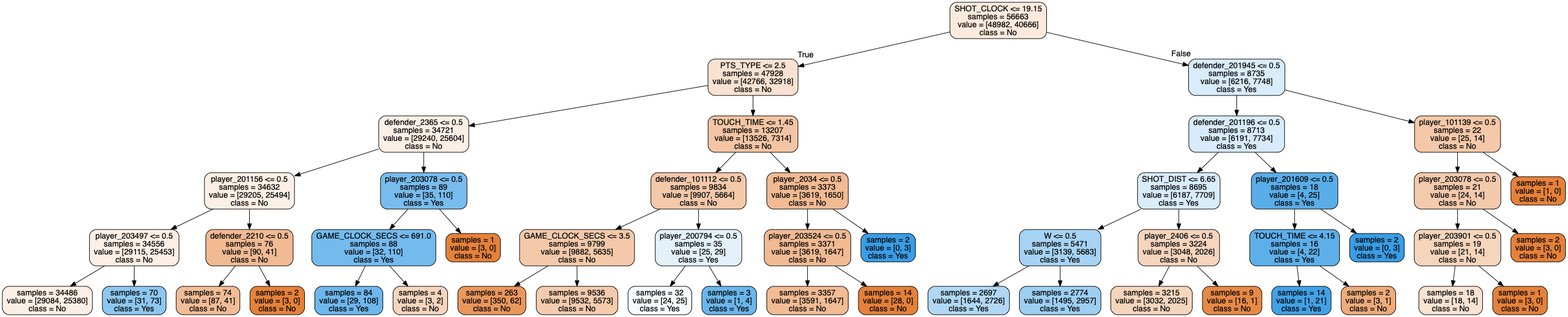
Before: forest_tree_new8.png, a diagram exported from Graphviz (tianyi5309/303project). Its source is kept beside it as forest_tree_new8.dot.
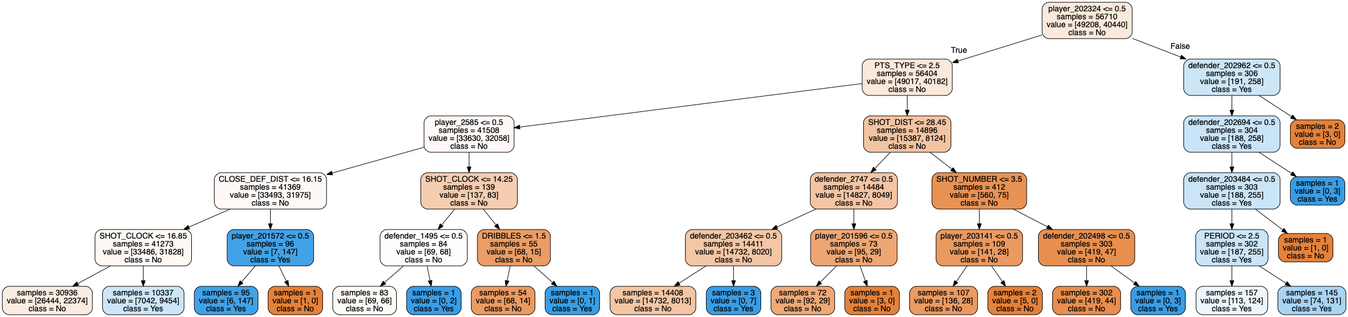
Above is the later version.

What changed in the source:
```diff
@@ -1,101 +1,85 @@
 digraph Tree {
 node [shape=box, style="filled, rounded", color="black", fontname=helvetica] ;
 edge [fontname=helvetica] ;
-0 [label="SHOT_CLOCK <= 19.15\nsamples = 56663\nvalue = [48982, 40666]\nclass = No", fillcolor="#fbeadd"] ;
-1 [label="PTS_TYPE <= 2.5\nsamples = 47928\nvalue = [42766, 32918]\nclass = No", fillcolor="#f9e2d1"] ;
+0 [label="player_202324 <= 0.5\nsamples = 56710\nvalue = [49208, 40440]\nclass = No", fillcolor="#fae9dc"] ;
+1 [label="PTS_TYPE <= 2.5\nsamples = 56404\nvalue = [49017, 40182]\nclass = No", fillcolor="#fae8db"] ;
 0 -> 1 [labeldistance=2.5, labelangle=45, headlabel="True"] ;
-2 [label="defender_2365 <= 0.5\nsamples = 34721\nvalue = [29240, 25604]\nclass = No", fillcolor="#fcefe6"] ;
+2 [label="player_2585 <= 0.5\nsamples = 41508\nvalue = [33630, 32058]\nclass = No", fillcolor="#fef9f6"] ;
 1 -> 2 ;
-3 [label="player_201156 <= 0.5\nsamples = 34632\nvalue = [29205, 25494]\nclass = No", fillcolor="#fcefe6"] ;
+3 [label="CLOSE_DEF_DIST <= 16.15\nsamples = 41369\nvalue = [33493, 31975]\nclass = No", fillcolor="#fef9f6"] ;
 2 -> 3 ;
-4 [label="player_203497 <= 0.5\nsamples = 34556\nvalue = [29115, 25453]\nclass = No", fillcolor="#fcefe6"] ;
+4 [label="SHOT_CLOCK <= 16.85\nsamples = 41273\nvalue = [33486, 31828]\nclass = No", fillcolor="#fef9f5"] ;
 3 -> 4 ;
-5 [label="samples = 34486\nvalue = [29084, 25380]\nclass = No", fillcolor="#fcefe6"] ;
+5 [label="samples = 30936\nvalue = [26444, 22374]\nclass = No", fillcolor="#fbece1"] ;
 4 -> 5 ;
-6 [label="samples = 70\nvalue = [31, 73]\nclass = Yes", fillcolor="#8dc7f0"] ;
+6 [label="samples = 10337\nvalue = [7042, 9454]\nclass = Yes", fillcolor="#cce6f8"] ;
 4 -> 6 ;
-7 [label="defender_2210 <= 0.5\nsamples = 76\nvalue = [90, 41]\nclass = No", fillcolor="#f1ba93"] ;
+7 [label="player_201572 <= 0.5\nsamples = 96\nvalue = [7, 147]\nclass = Yes", fillcolor="#42a2e6"] ;
 3 -> 7 ;
-8 [label="samples = 74\nvalue = [87, 41]\nclass = No", fillcolor="#f1bc96"] ;
+8 [label="samples = 95\nvalue = [6, 147]\nclass = Yes", fillcolor="#41a1e6"] ;
 7 -> 8 ;
-9 [label="samples = 2\nvalue = [3, 0]\nclass = No", fillcolor="#e58139"] ;
+9 [label="samples = 1\nvalue = [1, 0]\nclass = No", fillcolor="#e58139"] ;
 7 -> 9 ;
-10 [label="player_203078 <= 0.5\nsamples = 89\nvalue = [35, 110]\nclass = Yes", fillcolor="#78bced"] ;
+10 [label="SHOT_CLOCK <= 14.25\nsamples = 139\nvalue = [137, 83]\nclass = No", fillcolor="#f5cdb1"] ;
 2 -> 10 ;
-11 [label="GAME_CLOCK_SECS <= 691.0\nsamples = 88\nvalue = [32, 110]\nclass = Yes", fillcolor="#73baed"] ;
+11 [label="defender_1495 <= 0.5\nsamples = 84\nvalue = [69, 68]\nclass = No", fillcolor="#fffdfc"] ;
 10 -> 11 ;
-12 [label="samples = 84\nvalue = [29, 108]\nclass = Yes", fillcolor="#6eb7ec"] ;
+12 [label="samples = 83\nvalue = [69, 66]\nclass = No", fillcolor="#fefaf6"] ;
 11 -> 12 ;
-13 [label="samples = 4\nvalue = [3, 2]\nclass = No", fillcolor="#f6d5bd"] ;
+13 [label="samples = 1\nvalue = [0, 2]\nclass = Yes", fillcolor="#399de5"] ;
 11 -> 13 ;
-14 [label="samples = 1\nvalue = [3, 0]\nclass = No", fillcolor="#e58139"] ;
+14 [label="DRIBBLES <= 1.5\nsamples = 55\nvalue = [68, 15]\nclass = No", fillcolor="#eb9d65"] ;
 10 -> 14 ;
-15 [label="TOUCH_TIME <= 1.45\nsamples = 13207\nvalue = [13526, 7314]\nclass = No", fillcolor="#f3c5a4"] ;
-1 -> 15 ;
-16 [label="defender_101112 <= 0.5\nsamples = 9834\nvalue = [9907, 5664]\nclass = No", fillcolor="#f4c9aa"] ;
-15 -> 16 ;
-17 [label="GAME_CLOCK_SECS <= 3.5\nsamples = 9799\nvalue = [9882, 5635]\nclass = No", fillcolor="#f4c9aa"] ;
-16 -> 17 ;
-18 [label="samples = 263\nvalue = [350, 62]\nclass = No", fillcolor="#ea975c"] ;
+15 [label="samples = 54\nvalue = [68, 14]\nclass = No", fillcolor="#ea9b62"] ;
+14 -> 15 ;
+16 [label="samples = 1\nvalue = [0, 1]\nclass = Yes", fillcolor="#399de5"] ;
+14 -> 16 ;
+17 [label="SHOT_DIST <= 28.45\nsamples = 14896\nvalue = [15387, 8124]\nclass = No", fillcolor="#f3c4a2"] ;
+1 -> 17 ;
+18 [label="defender_2747 <= 0.5\nsamples = 14484\nvalue = [14827, 8049]\nclass = No", fillcolor="#f3c5a4"] ;
 17 -> 18 ;
-19 [label="samples = 9536\nvalue = [9532, 5573]\nclass = No", fillcolor="#f4cbad"] ;
-17 -> 19 ;
-20 [label="player_200794 <= 0.5\nsamples = 35\nvalue = [25, 29]\nclass = Yes", fillcolor="#e4f1fb"] ;
-16 -> 20 ;
-21 [label="samples = 32\nvalue = [24, 25]\nclass = Yes", fillcolor="#f7fbfe"] ;
-20 -> 21 ;
-22 [label="samples = 3\nvalue = [1, 4]\nclass = Yes", fillcolor="#6ab6ec"] ;
-20 -> 22 ;
-23 [label="player_2034 <= 0.5\nsamples = 3373\nvalue = [3619, 1650]\nclass = No", fillcolor="#f1ba93"] ;
-15 -> 23 ;
-24 [label="player_203524 <= 0.5\nsamples = 3371\nvalue = [3619, 1647]\nclass = No", fillcolor="#f1ba93"] ;
-23 -> 24 ;
-25 [label="samples = 3357\nvalue = [3591, 1647]\nclass = No", fillcolor="#f1bb94"] ;
-24 -> 25 ;
-26 [label="samples = 14\nvalue = [28, 0]\nclass = No", fillcolor="#e58139"] ;
-24 -> 26 ;
-27 [label="samples = 2\nvalue = [0, 3]\nclass = Yes", fillcolor="#399de5"] ;
-23 -> 27 ;
-28 [label="defender_201945 <= 0.5\nsamples = 8735\nvalue = [6216, 7748]\nclass = Yes", fillcolor="#d8ecfa"] ;
-0 -> 28 [labeldistance=2.5, labelangle=-45, headlabel="False"] ;
-29 [label="defender_201196 <= 0.5\nsamples = 8713\nvalue = [6191, 7734]\nclass = Yes", fillcolor="#d7ebfa"] ;
-28 -> 29 ;
-30 [label="SHOT_DIST <= 6.65\nsamples = 8695\nvalue = [6187, 7709]\nclass = Yes", fillcolor="#d8ecfa"] ;
+19 [label="defender_203462 <= 0.5\nsamples = 14411\nvalue = [14732, 8020]\nclass = No", fillcolor="#f3c6a5"] ;
+18 -> 19 ;
+20 [label="samples = 14408\nvalue = [14732, 8013]\nclass = No", fillcolor="#f3c6a5"] ;
+19 -> 20 ;
+21 [label="samples = 3\nvalue = [0, 7]\nclass = Yes", fillcolor="#399de5"] ;
+19 -> 21 ;
+22 [label="player_201596 <= 0.5\nsamples = 73\nvalue = [95, 29]\nclass = No", fillcolor="#eda775"] ;
+18 -> 22 ;
+23 [label="samples = 72\nvalue = [92, 29]\nclass = No", fillcolor="#eda977"] ;
+22 -> 23 ;
+24 [label="samples = 1\nvalue = [3, 0]\nclass = No", fillcolor="#e58139"] ;
+22 -> 24 ;
+25 [label="SHOT_NUMBER <= 3.5\nsamples = 412\nvalue = [560, 75]\nclass = No", fillcolor="#e89254"] ;
+17 -> 25 ;
+26 [label="player_203141 <= 0.5\nsamples = 109\nvalue = [141, 28]\nclass = No", fillcolor="#ea9a60"] ;
+25 -> 26 ;
+27 [label="samples = 107\nvalue = [136, 28]\nclass = No", fillcolor="#ea9b62"] ;
+26 -> 27 ;
+28 [label="samples = 2\nvalue = [5, 0]\nclass = No", fillcolor="#e58139"] ;
+26 -> 28 ;
+29 [label="defender_202498 <= 0.5\nsamples = 303\nvalue = [419, 47]\nclass = No", fillcolor="#e88f4f"] ;
+25 -> 29 ;
+30 [label="samples = 302\nvalue = [419, 44]\nclass = No", fillcolor="#e88e4e"] ;
 29 -> 30 ;
-31 [label="W <= 0.5\nsamples = 5471\nvalue = [3139, 5683]\nclass = Yes", fillcolor="#a6d3f3"] ;
-30 -> 31 ;
-32 [label="samples = 2697\nvalue = [1644, 2726]\nclass = Yes", fillcolor="#b0d8f5"] ;
-31 -> 32 ;
-33 [label="samples = 2774\nvalue = [1495, 2957]\nclass = Yes", fillcolor="#9dcff2"] ;
-31 -> 33 ;
-34 [label="player_2406 <= 0.5\nsamples = 3224\nvalue = [3048, 2026]\nclass = No", fillcolor="#f6d5bd"] ;
-30 -> 34 ;
-35 [label="samples = 3215\nvalue = [3032, 2025]\nclass = No", fillcolor="#f6d5bd"] ;
+31 [label="samples = 1\nvalue = [0, 3]\nclass = Yes", fillcolor="#399de5"] ;
+29 -> 31 ;
+32 [label="defender_202962 <= 0.5\nsamples = 306\nvalue = [191, 258]\nclass = Yes", fillcolor="#cce6f8"] ;
+0 -> 32 [labeldistance=2.5, labelangle=-45, headlabel="False"] ;
+33 [label="defender_202694 <= 0.5\nsamples = 304\nvalue = [188, 258]\nclass = Yes", fillcolor="#c9e4f8"] ;
+32 -> 33 ;
+34 [label="defender_203484 <= 0.5\nsamples = 303\nvalue = [188, 255]\nclass = Yes", fillcolor="#cbe5f8"] ;
+33 -> 34 ;
+35 [label="PERIOD <= 2.5\nsamples = 302\nvalue = [187, 255]\nclass = Yes", fillcolor="#cae5f8"] ;
 34 -> 35 ;
-36 [label="samples = 9\nvalue = [16, 1]\nclass = No", fillcolor="#e78945"] ;
-34 -> 36 ;
-37 [label="player_201609 <= 0.5\nsamples = 18\nvalue = [4, 25]\nclass = Yes", fillcolor="#59ade9"] ;
-29 -> 37 ;
-38 [label="TOUCH_TIME <= 4.15\nsamples = 16\nvalue = [4, 22]\nclass = Yes", fillcolor="#5dafea"] ;
-37 -> 38 ;
-39 [label="samples = 14\nvalue = [1, 21]\nclass = Yes", fillcolor="#42a2e6"] ;
-38 -> 39 ;
-40 [label="samples = 2\nvalue = [3, 1]\nclass = No", fillcolor="#eeab7b"] ;
-38 -> 40 ;
-41 [label="samples = 2\nvalue = [0, 3]\nclass = Yes", fillcolor="#399de5"] ;
-37 -> 41 ;
-42 [label="player_101139 <= 0.5\nsamples = 22\nvalue = [25, 14]\nclass = No", fillcolor="#f4c8a8"] ;
-28 -> 42 ;
-43 [label="player_203078 <= 0.5\nsamples = 21\nvalue = [24, 14]\nclass = No", fillcolor="#f4caac"] ;
-42 -> 43 ;
-44 [label="player_203901 <= 0.5\nsamples = 19\nvalue = [21, 14]\nclass = No", fillcolor="#f6d5bd"] ;
-43 -> 44 ;
-45 [label="samples = 18\nvalue = [18, 14]\nclass = No", fillcolor="#f9e3d3"] ;
-44 -> 45 ;
-46 [label="samples = 1\nvalue = [3, 0]\nclass = No", fillcolor="#e58139"] ;
-44 -> 46 ;
-47 [label="samples = 2\nvalue = [3, 0]\nclass = No", fillcolor="#e58139"] ;
-43 -> 47 ;
-48 [label="samples = 1\nvalue = [1, 0]\nclass = No", fillcolor="#e58139"] ;
-42 -> 48 ;
+36 [label="samples = 157\nvalue = [113, 124]\nclass = Yes", fillcolor="#edf6fd"] ;
+35 -> 36 ;
+37 [label="samples = 145\nvalue = [74, 131]\nclass = Yes", fillcolor="#a9d4f4"] ;
+35 -> 37 ;
+38 [label="samples = 1\nvalue = [1, 0]\nclass = No", fillcolor="#e58139"] ;
+34 -> 38 ;
+39 [label="samples = 1\nvalue = [0, 3]\nclass = Yes", fillcolor="#399de5"] ;
+33 -> 39 ;
+40 [label="samples = 2\nvalue = [3, 0]\nclass = No", fillcolor="#e58139"] ;
+32 -> 40 ;
 }
```
